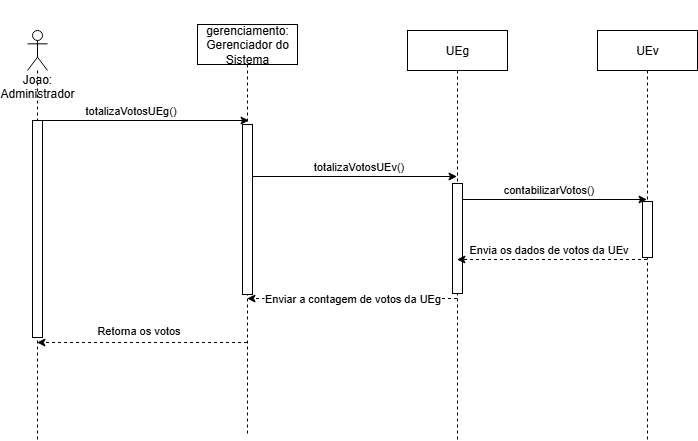
The draw.io diagram imagens/Contabilizar_voto.drawio.png in HenriqueFinatti/Modelagem-De-Software-Orientado-a-Objetos, before a commit. Source tidied: cells renumbered, new cells last; positions are measured from the earlier drawing's top-left corner, leaving out a move shared by most shapes. The source it was exported from:
```xml
<mxGraphModel>
  <root>
    <mxCell id="0" />
    <mxCell id="1" parent="0" />
    <mxCell id="2" value="totalizaVotosUEg()" style="edgeStyle=orthogonalEdgeStyle;rounded=0;orthogonalLoop=1;jettySize=auto;html=1;curved=0;" parent="1" edge="1">
      <mxGeometry x="-0.14" y="10" relative="1" as="geometry">
        <mxPoint x="11.5" y="96" as="sourcePoint" />
        <mxPoint x="221.5" y="96" as="targetPoint" />
        <mxPoint x="1" as="offset" />
      </mxGeometry>
    </mxCell>
    <mxCell id="3" value="&lt;div&gt;&lt;br&gt;&lt;/div&gt;&lt;div&gt;&lt;br&gt;&lt;/div&gt;&lt;div&gt;&lt;br&gt;&lt;/div&gt;&lt;div&gt;&lt;br&gt;&lt;/div&gt;&lt;div&gt;&lt;br&gt;&lt;/div&gt;&lt;div&gt;Joao: Administrador&lt;/div&gt;" style="shape=umlLifeline;perimeter=lifelinePerimeter;whiteSpace=wrap;html=1;newEdgeStyle={&quot;curved&quot;:0,&quot;rounded&quot;:0};participant=umlActor;" parent="1" vertex="1">
      <mxGeometry y="6" width="20" height="410" as="geometry" />
    </mxCell>
    <mxCell id="4" style="html=1;perimeter=orthogonalPerimeter;targetShapes=umlLifeline;newEdgeStyle={&quot;curved&quot;:0,&quot;rounded&quot;:0};" parent="3" vertex="1">
      <mxGeometry x="5" y="90" width="10" height="217" as="geometry" />
    </mxCell>
    <mxCell id="5" value="contabilizarVotos()" style="edgeStyle=orthogonalEdgeStyle;rounded=0;orthogonalLoop=1;jettySize=auto;html=1;curved=0;" parent="1" edge="1">
      <mxGeometry x="-0.05" y="10" relative="1" as="geometry">
        <mxPoint x="429.5" y="175" as="sourcePoint" />
        <mxPoint x="619.5" y="175" as="targetPoint" />
        <mxPoint x="1" as="offset" />
      </mxGeometry>
    </mxCell>
    <mxCell id="6" value="Enviar a contagem de votos da UEg" style="edgeStyle=orthogonalEdgeStyle;rounded=0;orthogonalLoop=1;jettySize=auto;html=1;curved=0;dashed=1;" parent="1" edge="1">
      <mxGeometry relative="1" as="geometry">
        <mxPoint x="429.5" y="274" as="sourcePoint" />
        <mxPoint x="219.5" y="274" as="targetPoint" />
      </mxGeometry>
    </mxCell>
    <mxCell id="7" value="UEg" style="shape=umlLifeline;perimeter=lifelinePerimeter;whiteSpace=wrap;html=1;newEdgeStyle={&quot;curved&quot;:0,&quot;rounded&quot;:0};" parent="1" vertex="1">
      <mxGeometry x="380" y="6" width="100" height="410" as="geometry" />
    </mxCell>
    <mxCell id="8" style="html=1;perimeter=orthogonalPerimeter;targetShapes=umlLifeline;newEdgeStyle={&quot;curved&quot;:0,&quot;rounded&quot;:0};" parent="7" vertex="1">
      <mxGeometry x="45" y="153" width="10" height="110" as="geometry" />
    </mxCell>
    <mxCell id="9" value="totalizaVotosUEv()" style="edgeStyle=orthogonalEdgeStyle;rounded=0;orthogonalLoop=1;jettySize=auto;html=1;curved=0;" parent="1" edge="1">
      <mxGeometry x="0.05" y="10" relative="1" as="geometry">
        <mxPoint x="219.5" y="152" as="sourcePoint" />
        <mxPoint x="429.5" y="152" as="targetPoint" />
      </mxGeometry>
    </mxCell>
    <mxCell id="10" value="Retorna os votos" style="edgeStyle=orthogonalEdgeStyle;rounded=0;orthogonalLoop=1;jettySize=auto;html=1;curved=0;dashed=1;" parent="1" edge="1">
      <mxGeometry x="0.04" y="-12" relative="1" as="geometry">
        <mxPoint x="219.5" y="318" as="sourcePoint" />
        <mxPoint x="9.5" y="318" as="targetPoint" />
        <mxPoint x="1" as="offset" />
      </mxGeometry>
    </mxCell>
    <mxCell id="11" value="gerenciamento: Gerenciador do Sistema" style="shape=umlLifeline;perimeter=lifelinePerimeter;whiteSpace=wrap;html=1;newEdgeStyle={&quot;curved&quot;:0,&quot;rounded&quot;:0};" parent="1" vertex="1">
      <mxGeometry x="170" width="100" height="410" as="geometry" />
    </mxCell>
    <mxCell id="12" style="html=1;perimeter=orthogonalPerimeter;targetShapes=umlLifeline;newEdgeStyle={&quot;curved&quot;:0,&quot;rounded&quot;:0};" parent="11" vertex="1">
      <mxGeometry x="45" y="100" width="10" height="170" as="geometry" />
    </mxCell>
    <mxCell id="13" value="Envia os dados de votos da&lt;span style=&quot;background-color: light-dark(#ffffff, var(--ge-dark-color, #121212)); color: light-dark(rgb(0, 0, 0), rgb(255, 255, 255));&quot;&gt;&amp;nbsp;UEv&lt;/span&gt;" style="edgeStyle=orthogonalEdgeStyle;rounded=0;orthogonalLoop=1;jettySize=auto;html=1;curved=0;dashed=1;" parent="1" edge="1">
      <mxGeometry x="0.05" y="-10" relative="1" as="geometry">
        <mxPoint x="619.5" y="235" as="sourcePoint" />
        <mxPoint x="429.5" y="235" as="targetPoint" />
        <mxPoint x="1" as="offset" />
      </mxGeometry>
    </mxCell>
    <mxCell id="14" value="UEv" style="shape=umlLifeline;perimeter=lifelinePerimeter;whiteSpace=wrap;html=1;outlineConnect=0;portConstraint=eastwest;newEdgeStyle={&quot;curved&quot;:0,&quot;rounded&quot;:0};" parent="1" vertex="1">
      <mxGeometry x="570" y="6" width="100" height="410" as="geometry" />
    </mxCell>
    <mxCell id="15" style="html=1;perimeter=orthogonalPerimeter;targetShapes=umlLifeline;newEdgeStyle={&quot;curved&quot;:0,&quot;rounded&quot;:0};" parent="14" vertex="1">
      <mxGeometry x="45" y="171" width="10" height="56" as="geometry" />
    </mxCell>
  </root>
</mxGraphModel>
```
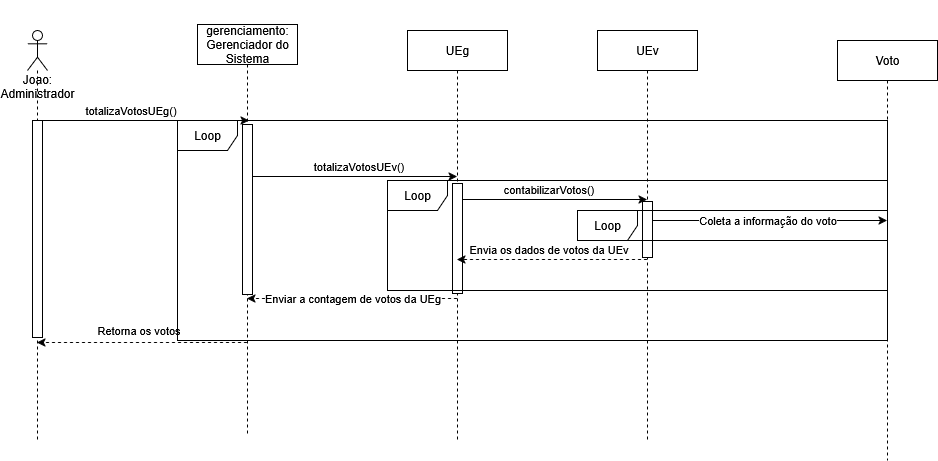
After the commit.

What changed in the source:
```diff
@@ -60,11 +60,31 @@
         <mxPoint x="1" as="offset" />
       </mxGeometry>
     </mxCell>
+    <mxCell id="16" value="Coleta a informação do voto" style="edgeStyle=orthogonalEdgeStyle;rounded=0;jettySize=auto;html=1;curved=0;" parent="1" edge="1" source="14" target="19">
+      <mxGeometry relative="1" as="geometry">
+        <Array as="points">
+          <mxPoint x="740" y="196" />
+          <mxPoint x="740" y="196" />
+        </Array>
+      </mxGeometry>
+    </mxCell>
     <mxCell id="14" value="UEv" style="shape=umlLifeline;perimeter=lifelinePerimeter;whiteSpace=wrap;html=1;outlineConnect=0;portConstraint=eastwest;newEdgeStyle={&quot;curved&quot;:0,&quot;rounded&quot;:0};" parent="1" vertex="1">
       <mxGeometry x="570" y="6" width="100" height="410" as="geometry" />
     </mxCell>
     <mxCell id="15" style="html=1;perimeter=orthogonalPerimeter;targetShapes=umlLifeline;newEdgeStyle={&quot;curved&quot;:0,&quot;rounded&quot;:0};" parent="14" vertex="1">
       <mxGeometry x="45" y="171" width="10" height="56" as="geometry" />
     </mxCell>
+    <mxCell id="17" value="Loop" style="shape=umlFrame;whiteSpace=wrap;html=1;" parent="1" vertex="1">
+      <mxGeometry x="360" y="156" width="500" height="110" as="geometry" />
+    </mxCell>
+    <mxCell id="18" value="Loop" style="shape=umlFrame;whiteSpace=wrap;html=1;" parent="1" vertex="1">
+      <mxGeometry x="150" y="96" width="710" height="220" as="geometry" />
+    </mxCell>
+    <mxCell id="19" value="Voto" style="shape=umlLifeline;perimeter=lifelinePerimeter;whiteSpace=wrap;html=1;outlineConnect=0;portConstraint=eastwest;newEdgeStyle={&quot;curved&quot;:0,&quot;rounded&quot;:0};" parent="1" vertex="1">
+      <mxGeometry x="810" y="16" width="100" height="420" as="geometry" />
+    </mxCell>
+    <mxCell id="20" value="Loop" style="shape=umlFrame;whiteSpace=wrap;html=1;" parent="1" vertex="1">
+      <mxGeometry x="550" y="186" width="310" height="30" as="geometry" />
+    </mxCell>
   </root>
 </mxGraphModel>
```
